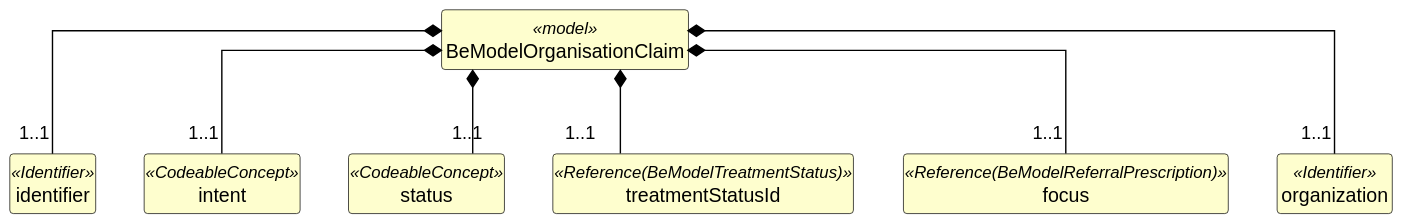
The PlantUML diagram exports/diagrams/BeModelOrganisationClaim-uml.svg in caresets/caresets-src, before a commit.
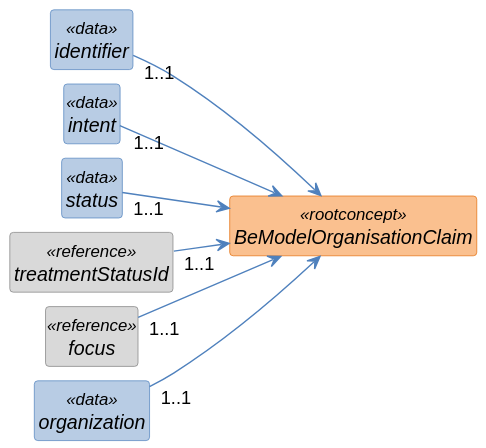
After the change.

What changed in the source:
```diff
@@ -1,42 +1,49 @@
 @startuml
+left to right direction
 skinparam shadowing false
+skinparam nodesep 10
+skinparam ranksep 40
 skinparam classAttributeIconSize 0
-skinparam linetype ortho
 skinparam class {
-  BackgroundColor #FEFECE
-  BorderColor #000000
-  ArrowColor #000000
-  FontStyle bold
-  AttributeFontStyle normal
+  FontStyle italic
+  BackgroundColor<<rootconcept>> #FAC08F
+  BorderColor<<rootconcept>> #E36C0A
+  BackgroundColor<<data>> #B8CCE4
+  BorderColor<<data>> #4F81BD
+  BackgroundColor<<reference>> #D9D9D9
+  BorderColor<<reference>> #808080
+  BackgroundColor<<value set>> #C3D69B
+  BorderColor<<value set>> #77933C
+  ArrowColor #4F81BD
 }
 hide circle
 hide empty members
 
-class "BeModelOrganisationClaim" as BeModelOrganisationClaim <<model>> {
+class "BeModelOrganisationClaim" as BeModelOrganisationClaim <<rootconcept>> {
 }
 
-class "identifier" as BeModelOrganisationClaim_identifier <<Identifier>> {
+class "identifier" as BeModelOrganisationClaim_identifier <<data>> {
 }
 
-class "intent" as BeModelOrganisationClaim_intent <<CodeableConcept>> {
+class "intent" as BeModelOrganisationClaim_intent <<data>> {
 }
 
-class "status" as BeModelOrganisationClaim_status <<CodeableConcept>> {
+class "status" as BeModelOrganisationClaim_status <<data>> {
 }
 
-class "treatmentStatusId" as BeModelOrganisationClaim_treatmentStatusId <<Reference(BeModelTreatmentStatus)>> {
+class "treatmentStatusId" as BeModelOrganisationClaim_treatmentStatusId <<reference>> {
 }
 
-class "focus" as BeModelOrganisationClaim_focus <<Reference(BeModelReferralPrescription)>> {
+class "focus" as BeModelOrganisationClaim_focus <<reference>> {
 }
 
-class "organization" as BeModelOrganisationClaim_organization <<Identifier>> {
+class "organization" as BeModelOrganisationClaim_organization <<data>> {
 }
 
-BeModelOrganisationClaim *-- "1..1" BeModelOrganisationClaim_identifier
-BeModelOrganisationClaim *-- "1..1" BeModelOrganisationClaim_intent
-BeModelOrganisationClaim *-- "1..1" BeModelOrganisationClaim_status
-BeModelOrganisationClaim *-- "1..1" BeModelOrganisationClaim_treatmentStatusId
-BeModelOrganisationClaim *-- "1..1" BeModelOrganisationClaim_focus
-BeModelOrganisationClaim *-- "1..1" BeModelOrganisationClaim_organization
+BeModelOrganisationClaim_identifier "1..1" --> BeModelOrganisationClaim
+BeModelOrganisationClaim_intent "1..1" --> BeModelOrganisationClaim
+BeModelOrganisationClaim_status "1..1" --> BeModelOrganisationClaim
+BeModelOrganisationClaim_treatmentStatusId "1..1" --> BeModelOrganisationClaim
+BeModelOrganisationClaim_focus "1..1" --> BeModelOrganisationClaim
+BeModelOrganisationClaim_organization "1..1" --> BeModelOrganisationClaim
 @enduml
```
